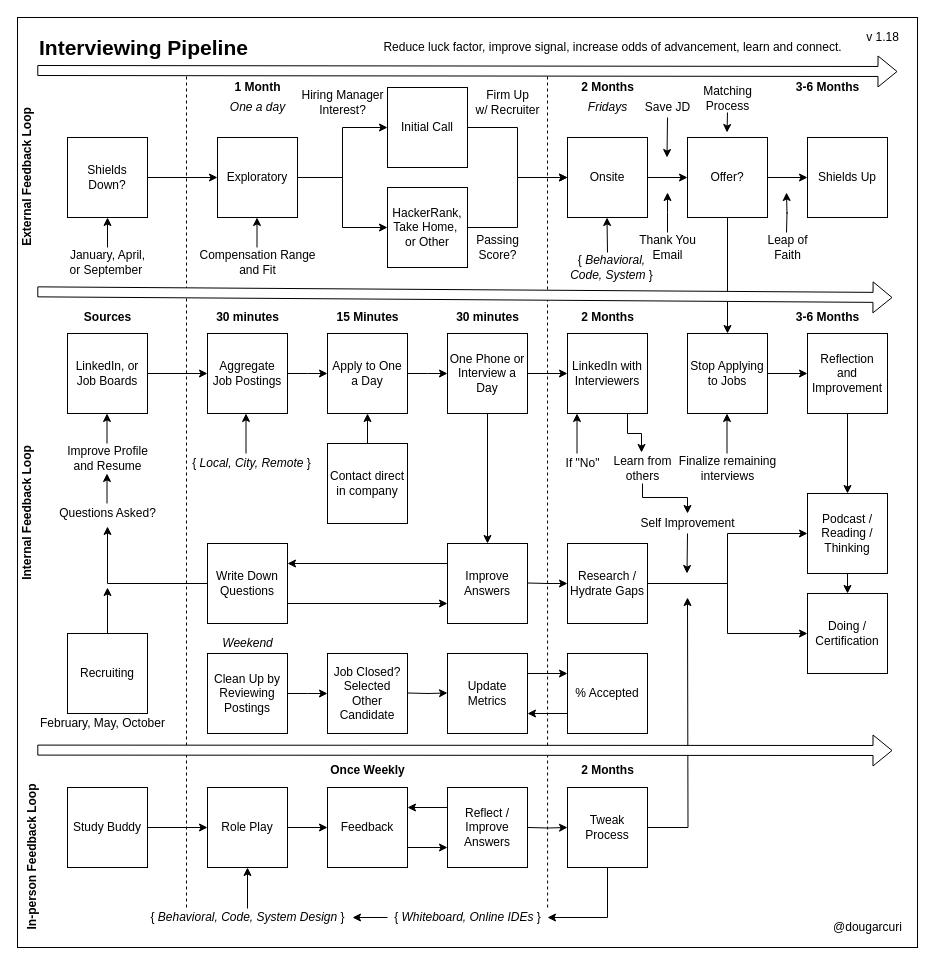
solidi/learning-notes keeps this draw.io diagram as interviews/diagrams/interviewing-pipeline.drawio. Above is the earlier version. Source tidied: cells renumbered, new cells numbered last; positions are measured from the earlier drawing's top-left corner, leaving out a move shared by most shapes. Both pictures are drawn from the tidied source at 100%, with x=0, y=0 at pixel (-48, 17).
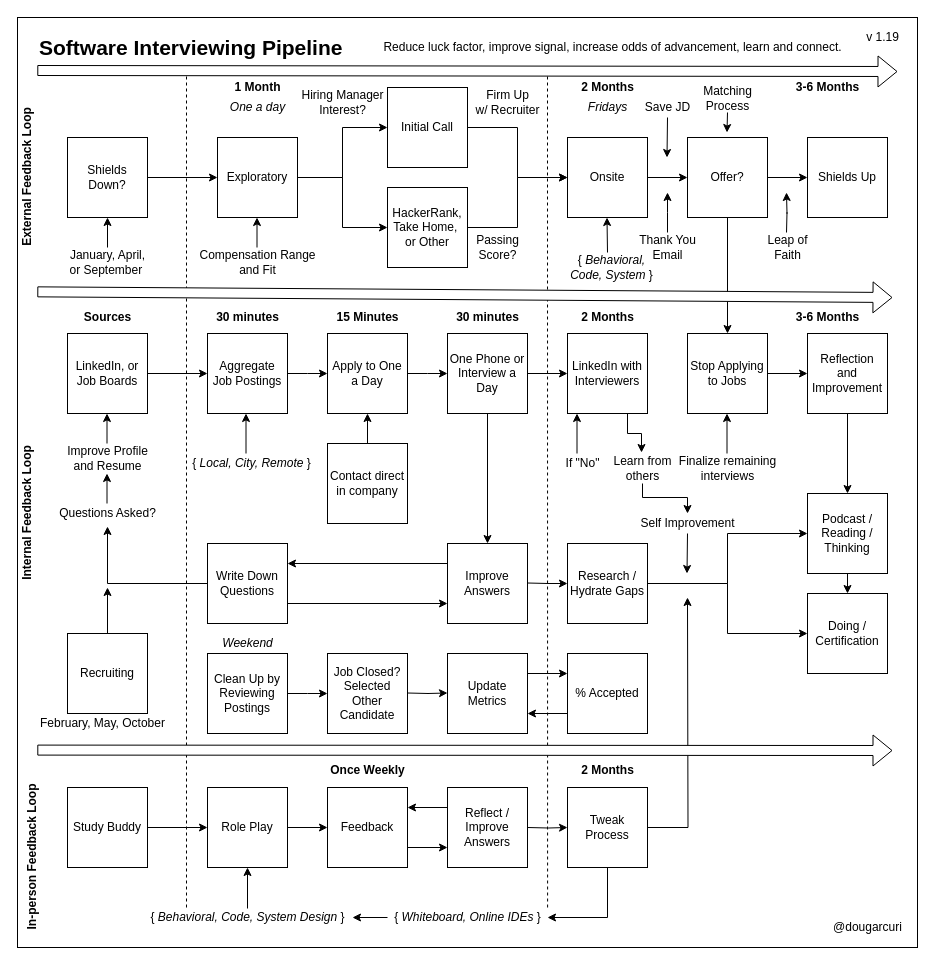
The same page after the edit.

Commit message (it also covers changes not shown here):
Add "Software" to the interview pipeline diagram

Diff of the diagram source:
```diff
@@
-    <mxCell id="15" value="&lt;font style=&quot;font-size: 21px&quot;&gt;&lt;b&gt;Interviewing Pipeline&lt;/b&gt;&lt;/font&gt;" style="text;html=1;align=left;verticalAlign=middle;" parent="1" vertex="1">
-      <mxGeometry x="85" y="20" width="220" height="20" as="geometry" />
+    <mxCell id="15" value="&lt;font style=&quot;font-size: 21px&quot;&gt;&lt;b&gt;Software Interviewing Pipeline&lt;/b&gt;&lt;/font&gt;" style="text;html=1;align=left;verticalAlign=middle;" parent="1" vertex="1">
+      <mxGeometry x="85" y="20" width="320" height="20" as="geometry" />
     </mxCell>
@@
-    <mxCell id="46" value="v 1.18" style="text;html=1;align=center;verticalAlign=middle;" parent="1" vertex="1">
+    <mxCell id="46" value="v 1.19" style="text;html=1;align=center;verticalAlign=middle;" parent="1" vertex="1">
       <mxGeometry x="905" y="10" width="50" height="20" as="geometry" />
     </mxCell>
```
